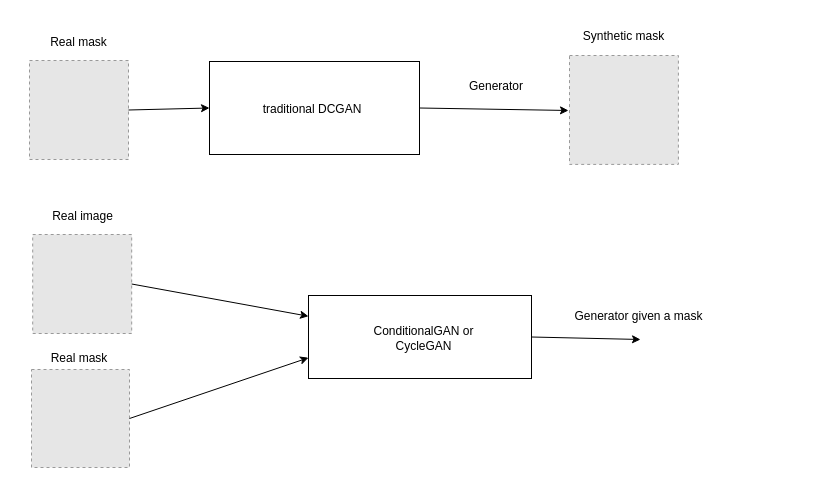
Earlier version of the draw.io diagram src/Untitled Diagram.drawio (KamenDamov/IFT3710-Advanced-Project-in-ML-AI). Source tidied: cells renumbered, new cells numbered last; positions are measured from the earlier drawing's top-left corner, leaving out a move shared by most shapes. Both pictures are drawn from the tidied source at 100%, with x=0, y=0 at pixel (17, 16). Pictures stored in the file or linked from it are replaced by grey dashed boxes.
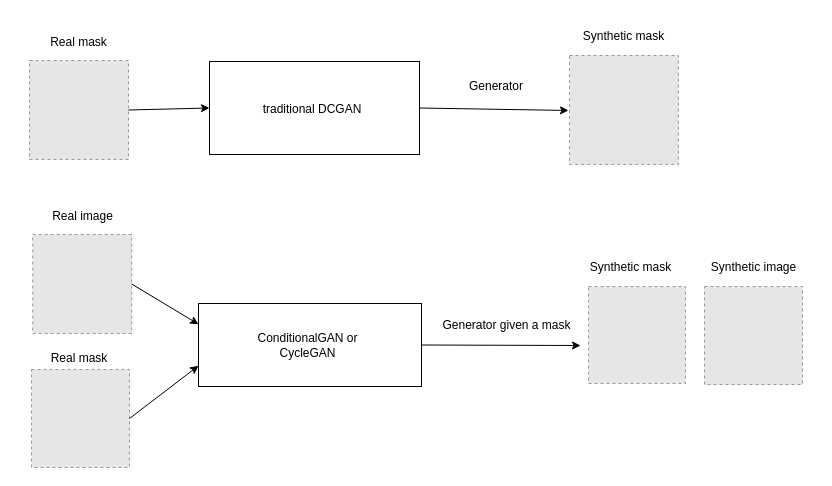
The same page after the edit.

What changed in the source:
```diff
@@
     <mxCell id="10" style="rounded=0;whiteSpace=wrap;html=1;" parent="1" vertex="1">
-      <mxGeometry x="291" y="279" width="223" height="83" as="geometry" />
+      <mxGeometry x="181" y="287" width="223" height="83" as="geometry" />
     </mxCell>
     <mxCell id="11" value="ConditionalGAN or CycleGAN" style="text;html=1;align=center;verticalAlign=middle;whiteSpace=wrap;rounded=0;" parent="1" vertex="1">
-      <mxGeometry x="337.5" y="304.5" width="136.5" height="35.5" as="geometry" />
+      <mxGeometry x="222" y="310.8" width="136.5" height="35.5" as="geometry" />
     </mxCell>
@@
     <mxCell id="19" style="endArrow=classic;html=1;rounded=0;exitX=1;exitY=0.5;exitDx=0;exitDy=0;" parent="1" edge="1" source="10">
       <mxGeometry relative="1" as="geometry">
-        <mxPoint x="623" y="323" as="targetPoint" />
+        <mxPoint x="563" y="329" as="targetPoint" />
       </mxGeometry>
     </mxCell>
     <mxCell id="20" value="Generator given a mask" style="text;html=1;align=center;verticalAlign=middle;whiteSpace=wrap;rounded=0;" parent="1" vertex="1">
-      <mxGeometry x="514" y="285" width="215" height="30" as="geometry" />
+      <mxGeometry x="422" y="294" width="135" height="30" as="geometry" />
     </mxCell>
+    <mxCell id="21" style="fillColor=#E6E6E6;strokeColor=#999999;dashed=1;verticalLabelPosition=bottom;labelBackgroundColor=default;verticalAlign=top;" parent="1" vertex="1">
+      <mxGeometry x="687" y="270" width="98" height="98" as="geometry" />
+    </mxCell>
+    <mxCell id="22" style="fillColor=#E6E6E6;strokeColor=#999999;dashed=1;verticalLabelPosition=bottom;labelBackgroundColor=default;verticalAlign=top;" parent="1" vertex="1">
+      <mxGeometry x="571" y="270" width="97" height="97" as="geometry" />
+    </mxCell>
+    <mxCell id="23" value="Synthetic mask" style="text;html=1;align=center;verticalAlign=middle;whiteSpace=wrap;rounded=0;" parent="1" vertex="1">
+      <mxGeometry x="552" y="231" width="123" height="39" as="geometry" />
+    </mxCell>
+    <mxCell id="24" value="Synthetic image" style="text;html=1;align=center;verticalAlign=middle;whiteSpace=wrap;rounded=0;" parent="1" vertex="1">
+      <mxGeometry x="674.5" y="231" width="123" height="39" as="geometry" />
+    </mxCell>
```
